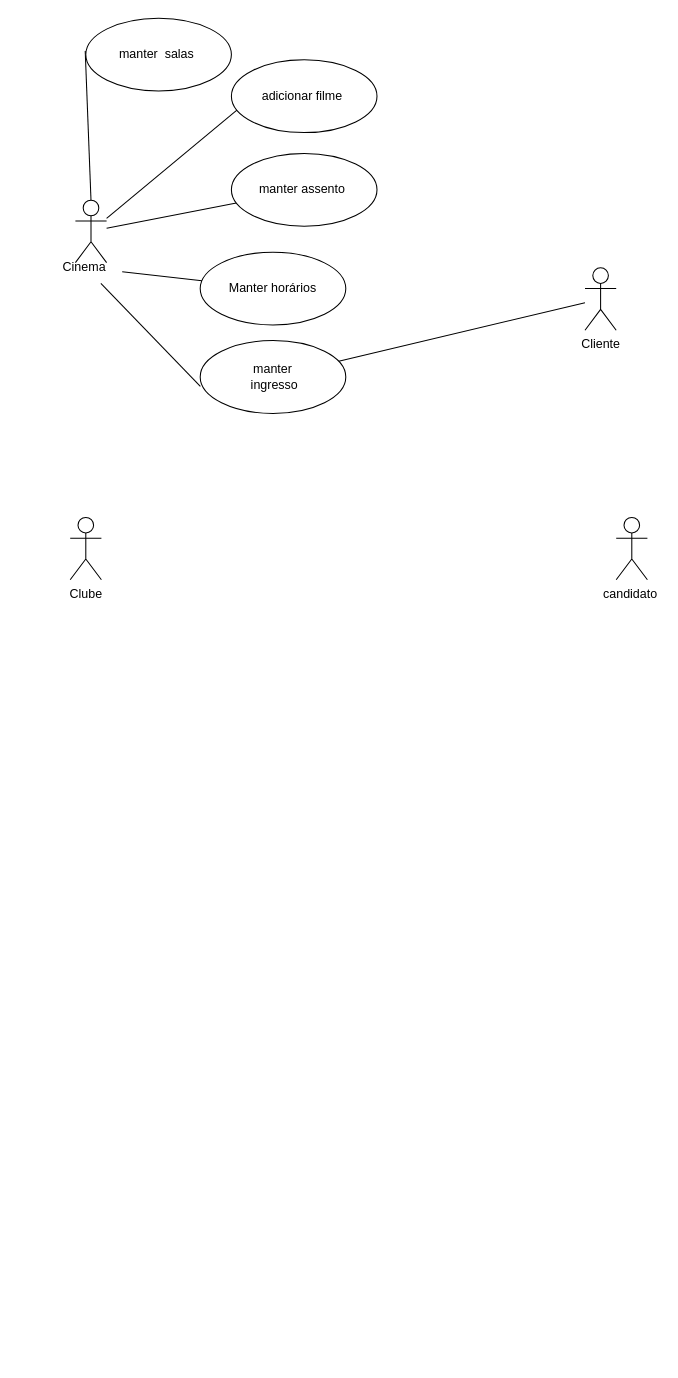
Before: Diagrama sem nome.drawio in LuizCezar12/exerciciosCasoDeUso, a draw.io diagram. Source tidied: cells renumbered, new cells numbered last; positions are measured from the earlier drawing's top-left corner, leaving out a move shared by most shapes. Both pictures are drawn from the tidied source at 104%, with x=0, y=0 at pixel (49, 18).
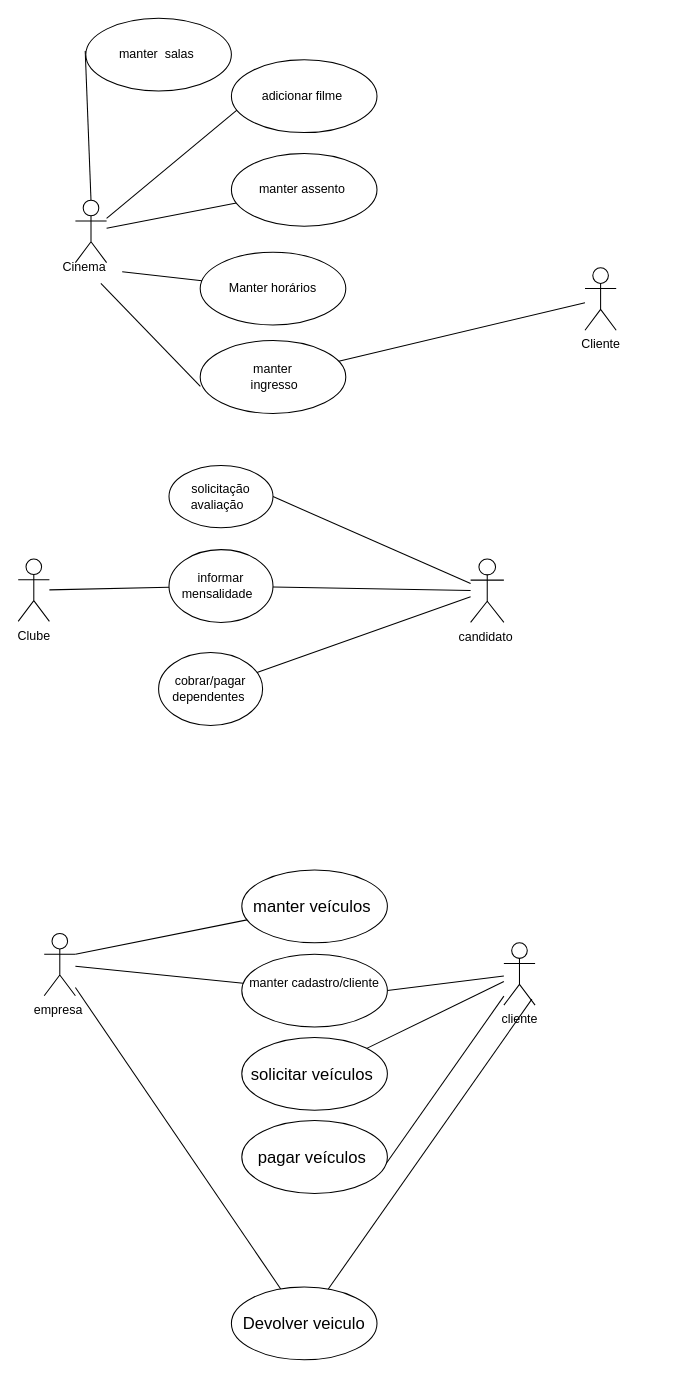
The same page after the edit.

Diff of the diagram source:
```diff
@@
+    <mxCell id="18" style="rounded=0;jettySize=auto;html=1;endArrow=none;endFill=0;" parent="1" edge="1" source="16" target="24">
+      <mxGeometry relative="1" as="geometry" />
+    </mxCell>
     <mxCell id="16" value="Clube" style="shape=umlActor;html=1;verticalLabelPosition=bottom;verticalAlign=top;align=center;" parent="1" vertex="1">
-      <mxGeometry x="20" y="480" width="30" height="60" as="geometry" />
+      <mxGeometry x="-30" y="520" width="30" height="60" as="geometry" />
     </mxCell>
+    <mxCell id="19" style="rounded=0;jettySize=auto;html=1;entryX=1;entryY=0.5;entryDx=0;entryDy=0;strokeColor=default;endArrow=none;endFill=0;" parent="1" edge="1" source="17" target="21">
+      <mxGeometry relative="1" as="geometry" />
+    </mxCell>
+    <mxCell id="20" style="rounded=0;jettySize=auto;html=1;endArrow=none;endFill=0;" parent="1" edge="1" source="17" target="22">
+      <mxGeometry relative="1" as="geometry" />
+    </mxCell>
     <mxCell id="17" value="candidato&amp;nbsp;" style="shape=umlActor;html=1;verticalLabelPosition=bottom;verticalAlign=top;align=center;" parent="1" vertex="1">
-      <mxGeometry x="545" y="480" width="30" height="60" as="geometry" />
+      <mxGeometry x="405" y="520" width="32" height="61" as="geometry" />
     </mxCell>
+    <mxCell id="21" value="solicitação avaliação&amp;nbsp;&amp;nbsp;" style="ellipse;whiteSpace=wrap;html=1;" parent="1" vertex="1">
+      <mxGeometry x="115" y="430" width="100" height="60" as="geometry" />
+    </mxCell>
+    <mxCell id="22" value="cobrar/pagar dependentes&amp;nbsp;" style="ellipse;whiteSpace=wrap;html=1;" parent="1" vertex="1">
+      <mxGeometry x="105" y="610" width="100" height="70" as="geometry" />
+    </mxCell>
+    <mxCell id="23" style="rounded=0;jettySize=auto;html=1;endArrow=none;endFill=0;" parent="1" edge="1" source="24" target="17">
+      <mxGeometry relative="1" as="geometry" />
+    </mxCell>
+    <mxCell id="24" value="informar mensalidade&amp;nbsp;&amp;nbsp;" style="ellipse;whiteSpace=wrap;html=1;" parent="1" vertex="1">
+      <mxGeometry x="115" y="511" width="100" height="70" as="geometry" />
+    </mxCell>
+    <mxCell id="25" style="edgeStyle=none;curved=1;rounded=0;jettySize=auto;html=1;exitX=1;exitY=0.3333333333333333;exitDx=0;exitDy=0;exitPerimeter=0;fontSize=12;startSize=8;endSize=8;endArrow=none;endFill=0;" parent="1" edge="1" source="28" target="34">
+      <mxGeometry relative="1" as="geometry" />
+    </mxCell>
+    <mxCell id="26" style="edgeStyle=none;curved=1;rounded=0;jettySize=auto;html=1;fontSize=12;startSize=8;endSize=8;endArrow=none;endFill=0;" parent="1" edge="1" source="28" target="33">
+      <mxGeometry relative="1" as="geometry" />
+    </mxCell>
+    <mxCell id="27" style="edgeStyle=none;curved=1;rounded=0;jettySize=auto;html=1;fontSize=12;startSize=8;endSize=8;endArrow=none;endFill=0;" parent="1" edge="1" source="28" target="38">
+      <mxGeometry relative="1" as="geometry" />
+    </mxCell>
+    <mxCell id="28" value="empresa&amp;nbsp;" style="shape=umlActor;html=1;verticalLabelPosition=bottom;verticalAlign=top;align=center;" parent="1" vertex="1">
+      <mxGeometry x="-5" y="880" width="30" height="60" as="geometry" />
+    </mxCell>
+    <mxCell id="29" style="edgeStyle=none;curved=1;rounded=0;jettySize=auto;html=1;entryX=1;entryY=0.5;entryDx=0;entryDy=0;fontSize=12;startSize=8;endSize=8;endArrow=none;endFill=0;" parent="1" edge="1" source="32" target="33">
+      <mxGeometry relative="1" as="geometry" />
+    </mxCell>
+    <mxCell id="30" style="edgeStyle=none;curved=1;rounded=0;jettySize=auto;html=1;fontSize=12;startSize=8;endSize=8;endArrow=none;endFill=0;" parent="1" edge="1" source="32" target="35">
+      <mxGeometry relative="1" as="geometry" />
+    </mxCell>
+    <mxCell id="31" style="edgeStyle=none;curved=1;rounded=0;jettySize=auto;html=1;entryX=0.982;entryY=0.616;entryDx=0;entryDy=0;entryPerimeter=0;fontSize=12;startSize=8;endSize=8;endArrow=none;endFill=0;" parent="1" edge="1" source="32" target="36">
+      <mxGeometry relative="1" as="geometry" />
+    </mxCell>
+    <mxCell id="32" value="cliente&lt;br&gt;" style="shape=umlActor;html=1;verticalLabelPosition=bottom;verticalAlign=top;align=center;" parent="1" vertex="1">
+      <mxGeometry x="437" y="889" width="30" height="60" as="geometry" />
+    </mxCell>
+    <mxCell id="33" value="manter cadastro/cliente&lt;br&gt;&amp;nbsp;" style="ellipse;whiteSpace=wrap;html=1;" parent="1" vertex="1">
+      <mxGeometry x="185" y="900" width="140" height="70" as="geometry" />
+    </mxCell>
+    <mxCell id="34" value="manter veículos&amp;nbsp;" style="ellipse;whiteSpace=wrap;html=1;fontSize=16;" parent="1" vertex="1">
+      <mxGeometry x="185" y="819" width="140" height="70" as="geometry" />
+    </mxCell>
+    <mxCell id="35" value="solicitar veículos&amp;nbsp;" style="ellipse;whiteSpace=wrap;html=1;fontSize=16;" parent="1" vertex="1">
+      <mxGeometry x="185" y="980" width="140" height="70" as="geometry" />
+    </mxCell>
+    <mxCell id="36" value="pagar veículos&amp;nbsp;" style="ellipse;whiteSpace=wrap;html=1;fontSize=16;" parent="1" vertex="1">
+      <mxGeometry x="185" y="1060" width="140" height="70" as="geometry" />
+    </mxCell>
+    <mxCell id="37" style="edgeStyle=none;curved=1;rounded=0;jettySize=auto;html=1;entryX=0.898;entryY=0.903;entryDx=0;entryDy=0;entryPerimeter=0;fontSize=12;startSize=8;endSize=8;endArrow=none;endFill=0;" parent="1" edge="1" source="38" target="32">
+      <mxGeometry relative="1" as="geometry" />
+    </mxCell>
+    <mxCell id="38" value="Devolver veiculo" style="ellipse;whiteSpace=wrap;html=1;fontSize=16;" parent="1" vertex="1">
+      <mxGeometry x="175" y="1220" width="140" height="70" as="geometry" />
+    </mxCell>
```
